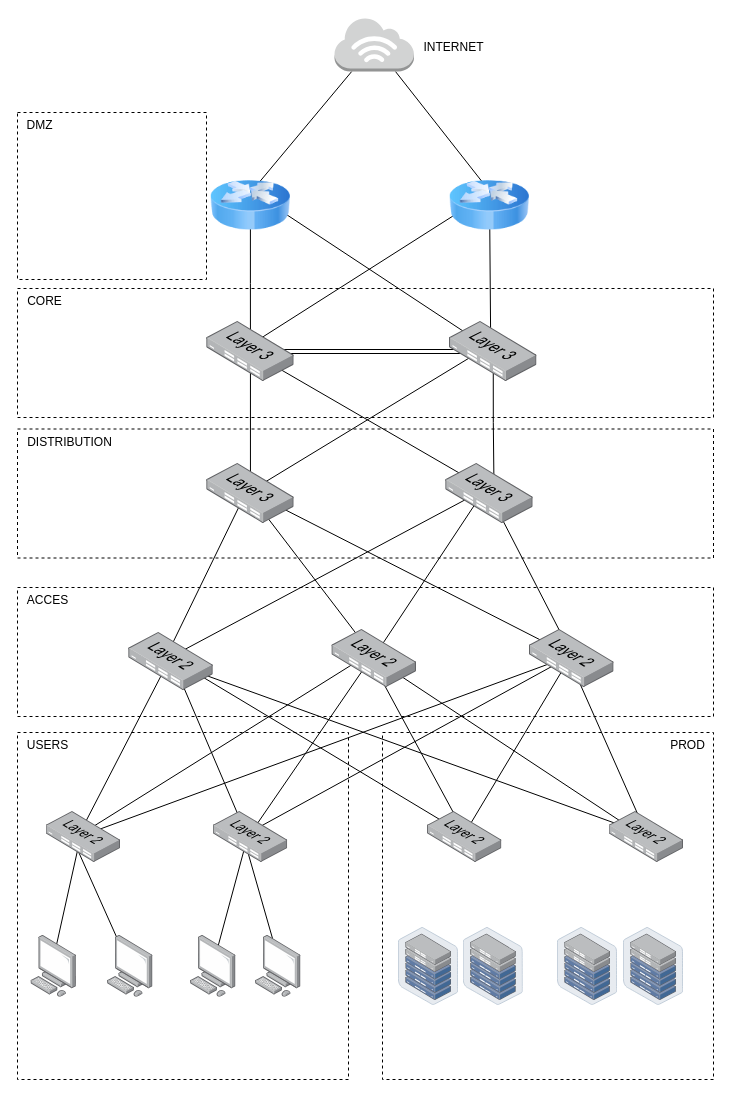
The draw.io diagram schéma.drawio in a0six/projetb3, before the edit. Source tidied: cells renumbered, new cells numbered last; positions are measured from the earlier drawing's top-left corner, leaving out a move shared by most shapes. Both pictures are drawn from the tidied source at 100%, with x=0, y=0 at pixel (17, 17).
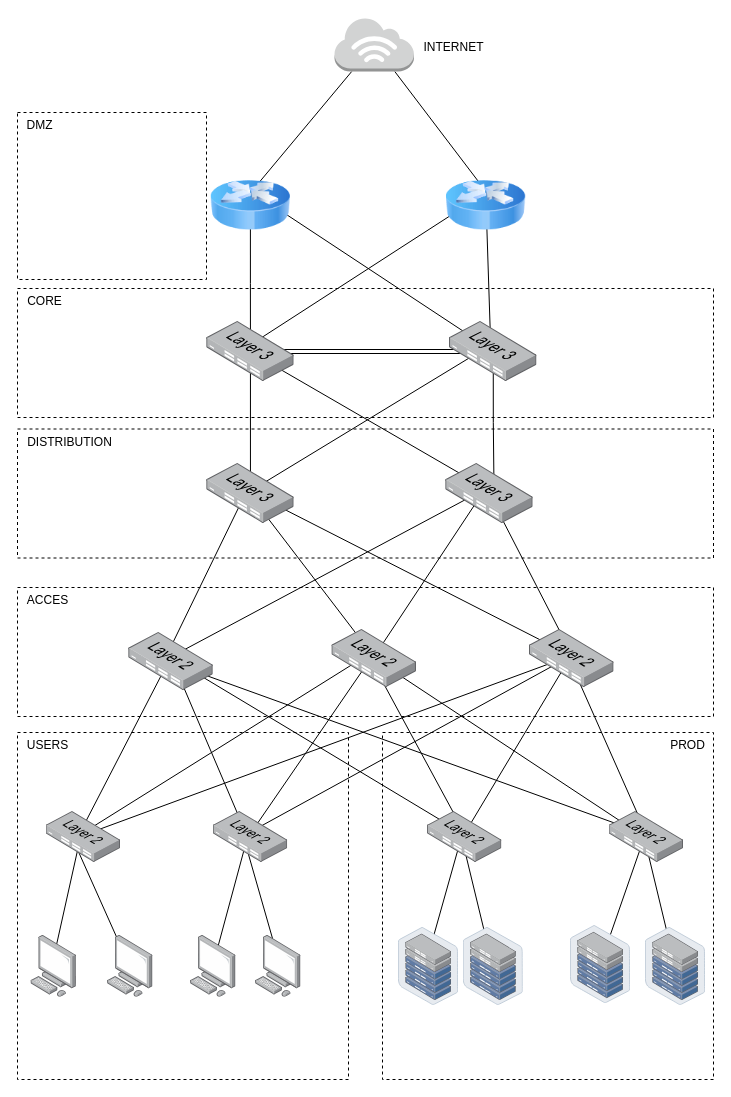
The same page after the edit.

The change refers to these unchanged cells:
```xml
<mxCell id="60" style="image;points=[];html=1;align=center;shadow=0;dashed=0;image=img/lib/allied_telesis/switch/Switch_24_port_L2.svg;" parent="1" vertex="1">
  <mxGeometry x="410" y="794" width="74.4" height="51" as="geometry" />
</mxCell>
<mxCell id="61" style="image;points=[];html=1;align=center;shadow=0;dashed=0;image=img/lib/allied_telesis/switch/Switch_24_port_L2.svg;" parent="1" vertex="1">
  <mxGeometry x="591.6" y="794" width="74.4" height="51" as="geometry" />
</mxCell>
<mxCell id="66" style="image;points=[];html=1;align=center;shadow=0;dashed=0;image=img/lib/allied_telesis/storage/Datacenter_Server_Half_Rack_ToR.svg;" parent="1" vertex="1">
  <mxGeometry x="381" y="909.9" width="60" height="78" as="geometry" />
</mxCell>
<mxCell id="67" style="image;points=[];html=1;align=center;shadow=0;dashed=0;image=img/lib/allied_telesis/storage/Datacenter_Server_Half_Rack_ToR.svg;" parent="1" vertex="1">
  <mxGeometry x="445.8" y="909.9" width="60" height="78" as="geometry" />
</mxCell>
```

Change to the diagram source:
```diff
@@
+    <mxCell id="70" style="rounded=0;jettySize=auto;html=1;endArrow=none;endFill=0;entryX=0.47;entryY=0.431;entryDx=0;entryDy=0;entryPerimeter=0;exitX=0.433;exitY=0.527;exitDx=0;exitDy=0;exitPerimeter=0;" parent="1" edge="1" source="66" target="60">
+      <mxGeometry relative="1" as="geometry" />
+    </mxCell>
+    <mxCell id="71" style="rounded=0;jettySize=auto;html=1;endArrow=none;endFill=0;entryX=0.457;entryY=0.5;entryDx=0;entryDy=0;entryPerimeter=0;exitX=0.5;exitY=0.527;exitDx=0;exitDy=0;exitPerimeter=0;" parent="1" edge="1" source="67" target="60">
+      <mxGeometry relative="1" as="geometry" />
+    </mxCell>
+    <mxCell id="72" style="rounded=0;jettySize=auto;html=1;endArrow=none;endFill=0;entryX=0.5;entryY=0.392;entryDx=0;entryDy=0;entryPerimeter=0;exitX=0.533;exitY=0.41;exitDx=0;exitDy=0;exitPerimeter=0;" parent="1" edge="1" source="68" target="61">
+      <mxGeometry relative="1" as="geometry" />
+    </mxCell>
+    <mxCell id="73" style="rounded=0;jettySize=auto;html=1;endArrow=none;endFill=0;exitX=0.5;exitY=0.514;exitDx=0;exitDy=0;exitPerimeter=0;" parent="1" edge="1" source="69">
+      <mxGeometry relative="1" as="geometry">
+        <mxPoint x="627" y="821" as="targetPoint" />
+      </mxGeometry>
+    </mxCell>
@@
     <mxCell id="33" style="image;html=1;image=img/lib/clip_art/networking/Router_Icon_128x128.png;" parent="1" vertex="1">
-      <mxGeometry x="432" y="148" width="80" height="80" as="geometry" />
+      <mxGeometry x="428.2" y="148" width="80" height="80" as="geometry" />
     </mxCell>
@@
     <mxCell id="68" style="image;points=[];html=1;align=center;shadow=0;dashed=0;image=img/lib/allied_telesis/storage/Datacenter_Server_Half_Rack_ToR.svg;" parent="1" vertex="1">
-      <mxGeometry x="540" y="909.9" width="60" height="78" as="geometry" />
+      <mxGeometry x="553" y="908" width="60" height="78" as="geometry" />
     </mxCell>
     <mxCell id="69" style="image;points=[];html=1;align=center;shadow=0;dashed=0;image=img/lib/allied_telesis/storage/Datacenter_Server_Half_Rack_ToR.svg;" parent="1" vertex="1">
-      <mxGeometry x="606" y="909.9" width="60" height="78" as="geometry" />
+      <mxGeometry x="628" y="909.9" width="60" height="78" as="geometry" />
     </mxCell>
```
